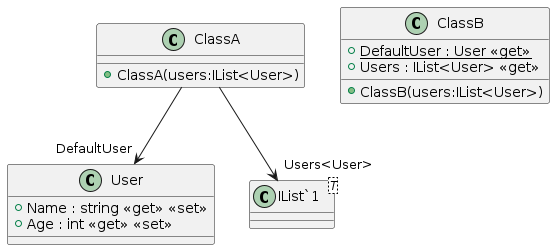
Above: uml/IgnoreAssociation.png in pierre3/PlantUmlClassDiagramGenerator (PlantUML), before the change.
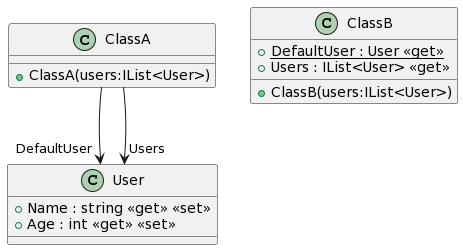
After the commit.

Diff of the diagram source:
```diff
@@ -11,8 +11,6 @@
     + Users : IList<User> <<get>>
     + ClassB(users:IList<User>)
 }
-class "IList`1"<T> {
-}
 ClassA --> "DefaultUser" User
-ClassA --> "Users<User>" "IList`1"
+ClassA --> "Users" User
 @enduml
```
